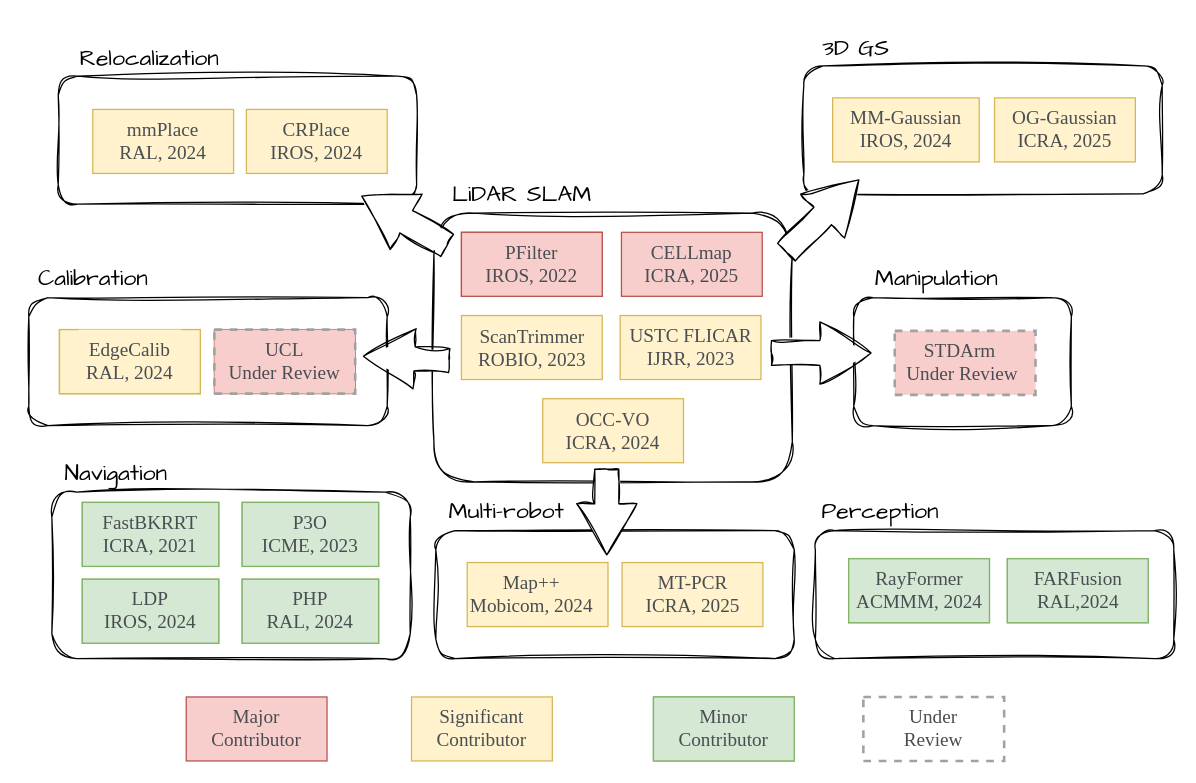
Above: file/overview.drawio in yjsx/yjsx.github.io (draw.io), before the change. Source tidied: cells renumbered, new cells numbered last; positions are measured from the earlier drawing's top-left corner, leaving out a move shared by most shapes. Both pictures are drawn from the tidied source at 128%, with x=0, y=0 at pixel (22, 22).
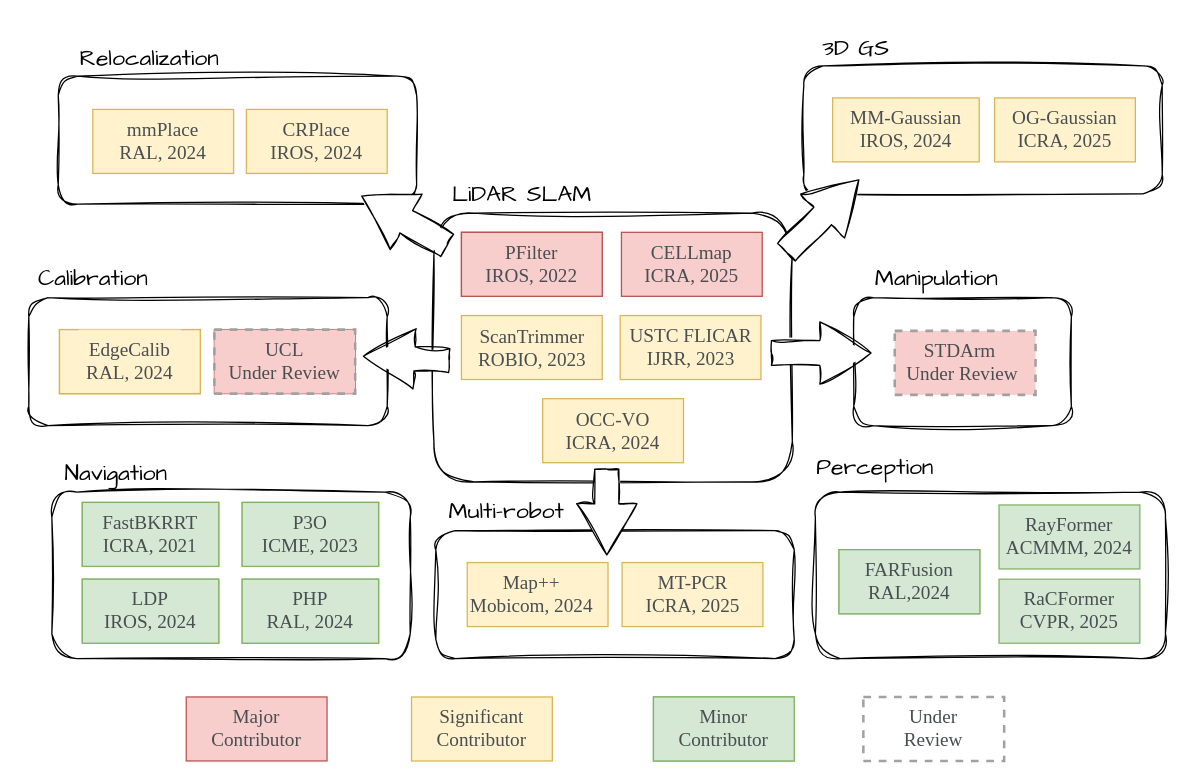
Above is the later version.

The edit, as a diff of the source:
```diff
@@
     <mxCell id="28" style="rounded=1;whiteSpace=wrap;html=1;sketch=1;curveFitting=1;jiggle=2;" parent="1" vertex="1">
-      <mxGeometry x="619.5" y="397" width="280" height="100" as="geometry" />
+      <mxGeometry x="619.5" y="367" width="273.5" height="130" as="geometry" />
     </mxCell>
     <mxCell id="29" value="&lt;font face=&quot;Comic Sans MS&quot;&gt;Perception&lt;/font&gt;" style="text;html=1;align=center;verticalAlign=middle;strokeColor=none;fillColor=none;fontSize=18;" parent="1" vertex="1">
-      <mxGeometry x="614.5" y="362" width="110" height="40" as="geometry" />
+      <mxGeometry x="610.5" y="327" width="110" height="40" as="geometry" />
     </mxCell>
     <mxCell id="30" style="group;fillColor=#d5e8d4;strokeColor=#82b366;" parent="1" vertex="1">
-      <mxGeometry x="645.5" y="419" width="110" height="50" as="geometry" />
+      <mxGeometry x="763" y="377" width="110" height="50" as="geometry" />
     </mxCell>
-    <mxCell id="31" style="rounded=0;whiteSpace=wrap;html=1;fillColor=#d5e8d4;strokeColor=#82b366;" parent="30" vertex="1">
-      <mxGeometry width="110" height="50" as="geometry" />
-    </mxCell>
@@
     <mxCell id="33" style="group;fillColor=#d5e8d4;strokeColor=#82b366;" parent="1" vertex="1">
-      <mxGeometry x="769.5" y="419" width="110" height="50" as="geometry" />
+      <mxGeometry x="638" y="412" width="110" height="50" as="geometry" />
     </mxCell>
@@
+    <mxCell id="88" style="group;fillColor=#d5e8d4;strokeColor=#82b366;" parent="1" vertex="1">
+      <mxGeometry x="763" y="435" width="110" height="50" as="geometry" />
+    </mxCell>
+    <mxCell id="89" value="&lt;div style=&quot;orphans: 3; widows: 3;&quot;&gt;&lt;font face=&quot;Times New Roman&quot; color=&quot;#494e52&quot;&gt;&lt;span style=&quot;font-size: 15px;&quot;&gt;RaCFormer&lt;/span&gt;&lt;/font&gt;&lt;/div&gt;&lt;div&gt;&lt;span style=&quot;color: rgb(73, 78, 82); font-size: 15px; font-style: normal; font-variant-ligatures: normal; font-variant-caps: normal; font-weight: 400; letter-spacing: normal; orphans: 3; text-indent: 0px; text-transform: none; widows: 3; word-spacing: 0px; -webkit-text-stroke-width: 0px; white-space: normal; text-decoration-thickness: initial; text-decoration-style: initial; text-decoration-color: initial; float: none; display: inline !important;&quot;&gt;&lt;font face=&quot;Times New Roman&quot;&gt;CVPR&lt;/font&gt;&lt;/span&gt;&lt;span style=&quot;font-family: &amp;quot;Times New Roman&amp;quot;; color: light-dark(rgb(73, 78, 82), rgb(167, 171, 174)); font-size: 15px; orphans: 3; widows: 3; background-color: transparent;&quot;&gt;, 2025&lt;/span&gt;&lt;/div&gt;" style="text;whiteSpace=wrap;html=1;align=center;fillColor=none;strokeColor=none;labelBackgroundColor=none;" parent="88" vertex="1">
+      <mxGeometry width="110" height="40" as="geometry" />
+    </mxCell>
```
